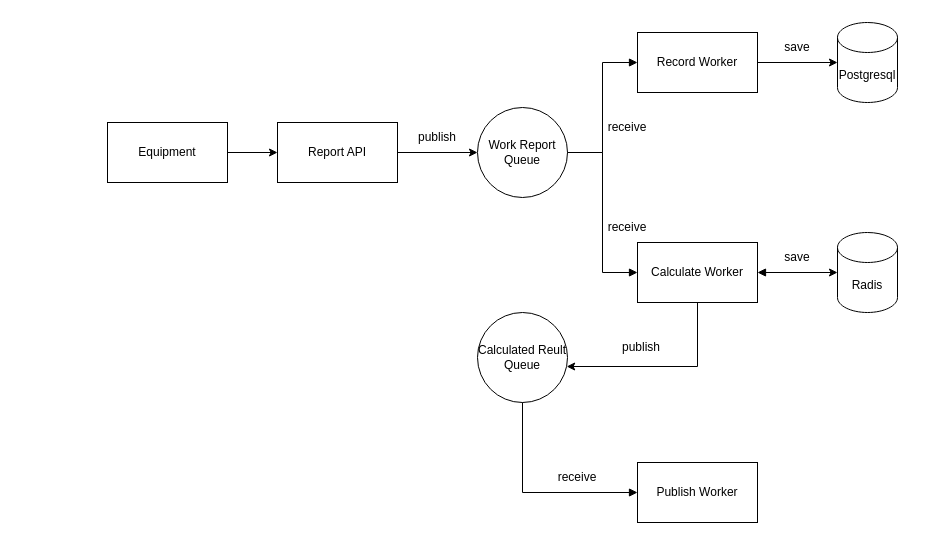
The draw.io diagram workReport.drawio in LIN-CHIN/work-report, before the edit. Source tidied: cells renumbered, new cells numbered last; positions are measured from the earlier drawing's top-left corner, leaving out a move shared by most shapes. Both pictures are drawn from the tidied source at 100%, with x=0, y=0 at pixel (107, 22).
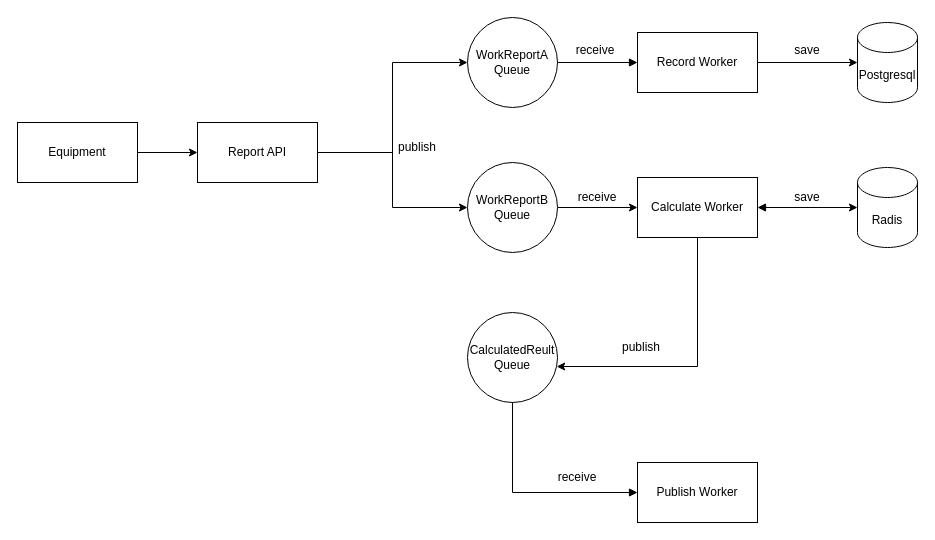
After the change.

Change to the diagram source:
```diff
@@
-    <mxCell id="2" style="edgeStyle=orthogonalEdgeStyle;rounded=0;jettySize=auto;html=1;" parent="1" edge="1" source="3" target="5">
+    <mxCell id="2" style="edgeStyle=orthogonalEdgeStyle;rounded=0;jettySize=auto;html=1;entryX=0;entryY=0.5;entryDx=0;entryDy=0;" parent="1" edge="1" source="3" target="5">
       <mxGeometry relative="1" as="geometry" />
     </mxCell>
+    <mxCell id="26" style="edgeStyle=orthogonalEdgeStyle;rounded=0;jettySize=auto;html=1;" parent="1" edge="1" source="3" target="28">
+      <mxGeometry relative="1" as="geometry" />
+    </mxCell>
     <mxCell id="3" value="Report API" style="rounded=0;whiteSpace=wrap;html=1;" parent="1" vertex="1">
-      <mxGeometry x="170" y="100" width="120" height="60" as="geometry" />
+      <mxGeometry x="90" y="100" width="120" height="60" as="geometry" />
     </mxCell>
-    <mxCell id="4" style="edgeStyle=orthogonalEdgeStyle;rounded=0;jettySize=auto;html=1;entryX=0;entryY=0.5;entryDx=0;entryDy=0;startArrow=none;startFill=0;endArrow=block;endFill=1;" parent="1" edge="1" source="5" target="13">
-      <mxGeometry relative="1" as="geometry" />
-    </mxCell>
-    <mxCell id="5" value="Work Report Queue" style="ellipse;whiteSpace=wrap;html=1;" parent="1" vertex="1">
-      <mxGeometry x="370" y="85" width="90" height="90" as="geometry" />
+    <mxCell id="5" value="WorkReportA Queue" style="ellipse;whiteSpace=wrap;html=1;" parent="1" vertex="1">
+      <mxGeometry x="360" y="-5" width="90" height="90" as="geometry" />
     </mxCell>
@@
-    <mxCell id="9" value="Calculated&amp;nbsp;Reult Queue" style="ellipse;whiteSpace=wrap;html=1;" parent="1" vertex="1">
-      <mxGeometry x="370" y="290" width="90" height="90" as="geometry" />
+    <mxCell id="9" value="CalculatedReult Queue" style="ellipse;whiteSpace=wrap;html=1;" parent="1" vertex="1">
+      <mxGeometry x="360" y="290" width="90" height="90" as="geometry" />
     </mxCell>
     <mxCell id="10" value="Postgresql" style="shape=cylinder3;whiteSpace=wrap;html=1;boundedLbl=1;backgroundOutline=1;size=15;" parent="1" vertex="1">
-      <mxGeometry x="730" width="60" height="80" as="geometry" />
+      <mxGeometry x="750" width="60" height="80" as="geometry" />
     </mxCell>
@@
     <mxCell id="13" value="Calculate&amp;nbsp;Worker" style="rounded=0;whiteSpace=wrap;html=1;" parent="1" vertex="1">
-      <mxGeometry x="530" y="220" width="120" height="60" as="geometry" />
+      <mxGeometry x="530" y="155" width="120" height="60" as="geometry" />
     </mxCell>
     <mxCell id="14" value="Radis" style="shape=cylinder3;whiteSpace=wrap;html=1;boundedLbl=1;backgroundOutline=1;size=15;" parent="1" vertex="1">
-      <mxGeometry x="730" y="210" width="60" height="80" as="geometry" />
+      <mxGeometry x="750" y="145" width="60" height="80" as="geometry" />
     </mxCell>
@@
     <mxCell id="17" value="publish" style="text;html=1;strokeColor=none;fillColor=none;align=center;verticalAlign=middle;whiteSpace=wrap;rounded=0;" parent="1" vertex="1">
-      <mxGeometry x="300" y="100" width="60" height="30" as="geometry" />
+      <mxGeometry x="280" y="110" width="60" height="30" as="geometry" />
     </mxCell>
     <mxCell id="18" value="receive" style="text;html=1;strokeColor=none;fillColor=none;align=center;verticalAlign=middle;whiteSpace=wrap;rounded=0;" parent="1" vertex="1">
-      <mxGeometry x="490" y="90" width="60" height="30" as="geometry" />
+      <mxGeometry x="458" y="13" width="60" height="30" as="geometry" />
     </mxCell>
     <mxCell id="19" value="receive" style="text;html=1;strokeColor=none;fillColor=none;align=center;verticalAlign=middle;whiteSpace=wrap;rounded=0;" parent="1" vertex="1">
-      <mxGeometry x="490" y="190" width="60" height="30" as="geometry" />
+      <mxGeometry x="460" y="160" width="60" height="30" as="geometry" />
     </mxCell>
     <mxCell id="20" value="save" style="text;html=1;strokeColor=none;fillColor=none;align=center;verticalAlign=middle;whiteSpace=wrap;rounded=0;" parent="1" vertex="1">
-      <mxGeometry x="660" y="220" width="60" height="30" as="geometry" />
+      <mxGeometry x="670" y="160" width="60" height="30" as="geometry" />
     </mxCell>
     <mxCell id="21" value="save" style="text;html=1;strokeColor=none;fillColor=none;align=center;verticalAlign=middle;whiteSpace=wrap;rounded=0;" parent="1" vertex="1">
-      <mxGeometry x="660" y="10" width="60" height="30" as="geometry" />
+      <mxGeometry x="670" y="13" width="60" height="30" as="geometry" />
     </mxCell>
@@
     <mxCell id="25" value="Equipment" style="rounded=0;whiteSpace=wrap;html=1;" parent="1" vertex="1">
-      <mxGeometry y="100" width="120" height="60" as="geometry" />
+      <mxGeometry x="-90" y="100" width="120" height="60" as="geometry" />
     </mxCell>
+    <mxCell id="27" style="edgeStyle=orthogonalEdgeStyle;rounded=0;jettySize=auto;html=1;entryX=0;entryY=0.5;entryDx=0;entryDy=0;" parent="1" edge="1" source="28" target="13">
+      <mxGeometry relative="1" as="geometry" />
+    </mxCell>
+    <mxCell id="28" value="WorkReportB Queue" style="ellipse;whiteSpace=wrap;html=1;" parent="1" vertex="1">
+      <mxGeometry x="360" y="140" width="90" height="90" as="geometry" />
+    </mxCell>
```
